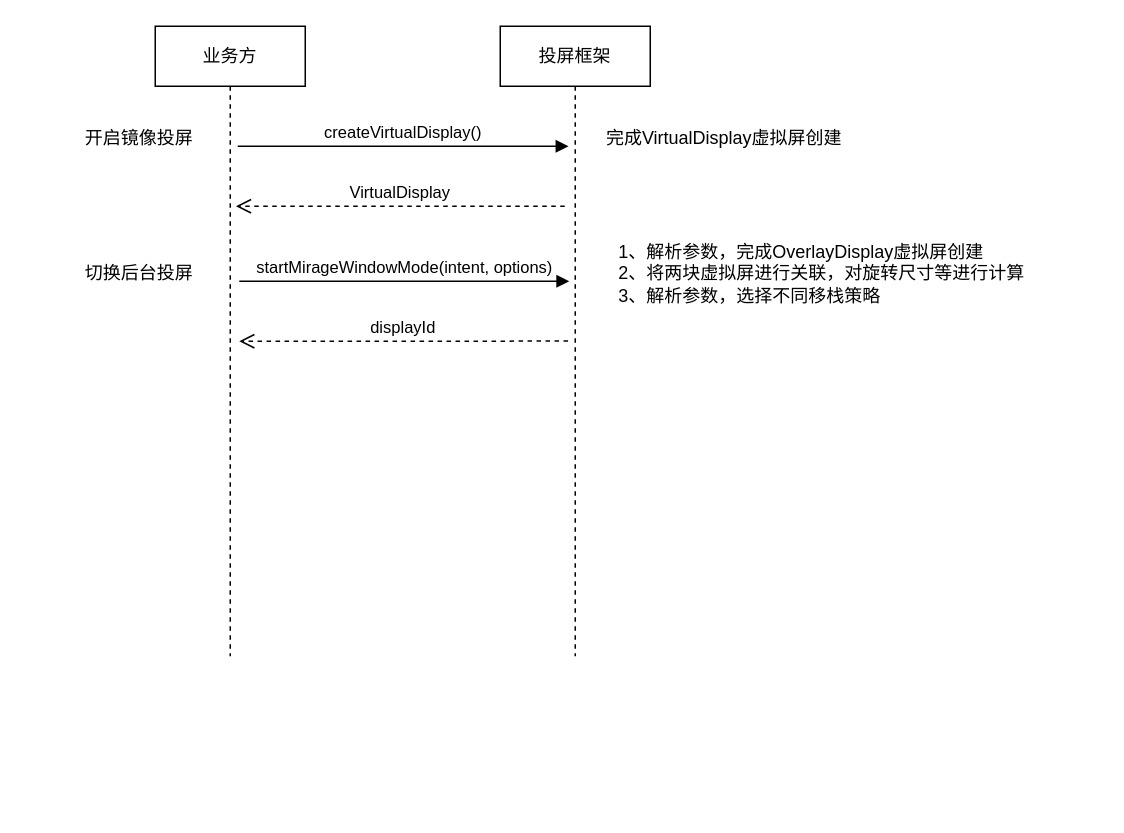
Earlier version of the draw.io diagram 老投屏方案交互图.drawio (jcj123/-). Source tidied: cells renumbered, new cells numbered last; positions are measured from the earlier drawing's top-left corner, leaving out a move shared by most shapes. Both pictures are drawn from the tidied source at 150%, with x=0, y=0 at pixel (63, 26).
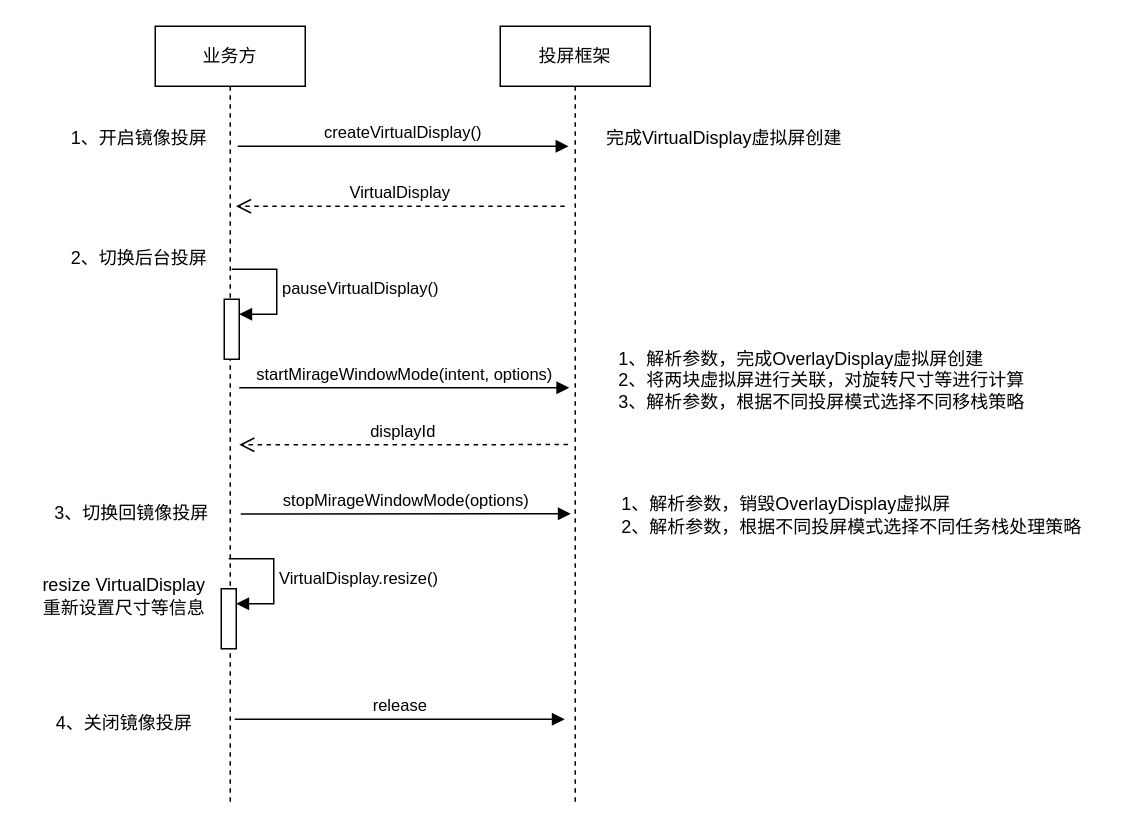
The same diagram, later.

Commit message (it also covers changes not shown here):
更新老投屏方案交互图.drawio

Change to the diagram source:
```diff
@@
     <mxCell id="2" value="业务方" style="shape=umlLifeline;perimeter=lifelinePerimeter;whiteSpace=wrap;html=1;newEdgeStyle={&quot;edgeStyle&quot;:&quot;elbowEdgeStyle&quot;,&quot;elbow&quot;:&quot;vertical&quot;,&quot;curved&quot;:0,&quot;rounded&quot;:0};" parent="1" vertex="1">
-      <mxGeometry x="61" width="100" height="420" as="geometry" />
+      <mxGeometry x="61" width="100" height="520" as="geometry" />
     </mxCell>
+    <mxCell id="12" style="html=1;points=[];perimeter=orthogonalPerimeter;outlineConnect=0;targetShapes=umlLifeline;portConstraint=eastwest;newEdgeStyle={&quot;edgeStyle&quot;:&quot;elbowEdgeStyle&quot;,&quot;elbow&quot;:&quot;vertical&quot;,&quot;curved&quot;:0,&quot;rounded&quot;:0};" parent="2" vertex="1">
+      <mxGeometry x="44" y="375" width="10" height="40" as="geometry" />
+    </mxCell>
+    <mxCell id="13" value="VirtualDisplay.resize()" style="html=1;align=left;spacingLeft=2;endArrow=block;rounded=0;edgeStyle=orthogonalEdgeStyle;curved=0;rounded=0;" parent="2" edge="1" target="12">
+      <mxGeometry relative="1" as="geometry">
+        <mxPoint x="49" y="355" as="sourcePoint" />
+        <Array as="points">
+          <mxPoint x="79" y="385" />
+        </Array>
+      </mxGeometry>
+    </mxCell>
+    <mxCell id="14" style="html=1;points=[];perimeter=orthogonalPerimeter;outlineConnect=0;targetShapes=umlLifeline;portConstraint=eastwest;newEdgeStyle={&quot;edgeStyle&quot;:&quot;elbowEdgeStyle&quot;,&quot;elbow&quot;:&quot;vertical&quot;,&quot;curved&quot;:0,&quot;rounded&quot;:0};" parent="2" vertex="1">
+      <mxGeometry x="46" y="182" width="10" height="40" as="geometry" />
+    </mxCell>
+    <mxCell id="15" value="pauseVirtualDisplay()" style="html=1;align=left;spacingLeft=2;endArrow=block;rounded=0;edgeStyle=orthogonalEdgeStyle;curved=0;rounded=0;" parent="2" edge="1" target="14">
+      <mxGeometry relative="1" as="geometry">
+        <mxPoint x="51" y="162" as="sourcePoint" />
+        <Array as="points">
+          <mxPoint x="81" y="192" />
+        </Array>
+      </mxGeometry>
+    </mxCell>
     <mxCell id="3" value="投屏框架" style="shape=umlLifeline;perimeter=lifelinePerimeter;whiteSpace=wrap;html=1;newEdgeStyle={&quot;edgeStyle&quot;:&quot;elbowEdgeStyle&quot;,&quot;elbow&quot;:&quot;vertical&quot;,&quot;curved&quot;:0,&quot;rounded&quot;:0};" parent="1" vertex="1">
-      <mxGeometry x="291" width="100" height="420" as="geometry" />
+      <mxGeometry x="291" width="100" height="520" as="geometry" />
     </mxCell>
-    <mxCell id="4" value="开启镜像投屏" style="text;html=1;align=center;verticalAlign=middle;strokeColor=none;fillColor=none;" parent="1" vertex="1">
-      <mxGeometry y="60" width="100" height="30" as="geometry" />
+    <mxCell id="4" value="1、开启镜像投屏" style="text;html=1;align=center;verticalAlign=middle;strokeColor=none;fillColor=none;" parent="1" vertex="1">
+      <mxGeometry x="-5" y="60" width="110" height="30" as="geometry" />
     </mxCell>
@@
     <mxCell id="8" value="startMirageWindowMode(intent, options)" style="html=1;verticalAlign=bottom;endArrow=block;edgeStyle=elbowEdgeStyle;elbow=vertical;curved=0;rounded=0;" parent="1" edge="1">
       <mxGeometry relative="1" as="geometry">
-        <mxPoint x="117" y="170" as="sourcePoint" />
-        <mxPoint x="337" y="170" as="targetPoint" />
+        <mxPoint x="117" y="241" as="sourcePoint" />
+        <mxPoint x="337" y="241" as="targetPoint" />
       </mxGeometry>
     </mxCell>
-    <mxCell id="9" value="切换后台投屏" style="text;html=1;align=center;verticalAlign=middle;strokeColor=none;fillColor=none;" parent="1" vertex="1">
-      <mxGeometry y="150" width="100" height="30" as="geometry" />
+    <mxCell id="9" value="2、切换后台投屏" style="text;html=1;align=center;verticalAlign=middle;strokeColor=none;fillColor=none;" parent="1" vertex="1">
+      <mxGeometry x="-5" y="140" width="110" height="30" as="geometry" />
     </mxCell>
-    <mxCell id="10" value="&lt;div style=&quot;text-align: left;&quot;&gt;&lt;span style=&quot;background-color: initial;&quot;&gt;1、解析参数，完成OverlayDisplay虚拟屏创建&lt;/span&gt;&lt;/div&gt;&lt;div style=&quot;text-align: left;&quot;&gt;&lt;span style=&quot;background-color: initial;&quot;&gt;2、将两块虚拟屏进行关联，对旋转尺寸等进行计算&lt;/span&gt;&lt;/div&gt;&lt;div style=&quot;text-align: left;&quot;&gt;&lt;span style=&quot;background-color: initial;&quot;&gt;3、解析参数，选择不同移栈策略&lt;/span&gt;&lt;/div&gt;" style="text;html=1;align=center;verticalAlign=middle;strokeColor=none;fillColor=none;" parent="1" vertex="1">
-      <mxGeometry x="360" y="135" width="290" height="60" as="geometry" />
+    <mxCell id="10" value="&lt;div style=&quot;text-align: left;&quot;&gt;&lt;span style=&quot;background-color: initial;&quot;&gt;1、解析参数，完成OverlayDisplay虚拟屏创建&lt;/span&gt;&lt;/div&gt;&lt;div style=&quot;text-align: left;&quot;&gt;&lt;span style=&quot;background-color: initial;&quot;&gt;2、将两块虚拟屏进行关联，对旋转尺寸等进行计算&lt;/span&gt;&lt;/div&gt;&lt;div style=&quot;text-align: left;&quot;&gt;&lt;span style=&quot;background-color: initial;&quot;&gt;3、解析参数，根据不同投屏模式选择不同移栈策略&lt;/span&gt;&lt;/div&gt;" style="text;html=1;align=center;verticalAlign=middle;strokeColor=none;fillColor=none;" parent="1" vertex="1">
+      <mxGeometry x="360" y="206" width="290" height="60" as="geometry" />
     </mxCell>
     <mxCell id="11" value="displayId" style="html=1;verticalAlign=bottom;endArrow=open;dashed=1;endSize=8;edgeStyle=elbowEdgeStyle;elbow=vertical;curved=0;rounded=0;" parent="1" edge="1">
       <mxGeometry relative="1" as="geometry">
-        <mxPoint x="336.2" y="209.9" as="sourcePoint" />
-        <mxPoint x="117" y="209.7" as="targetPoint" />
+        <mxPoint x="336.2" y="278.9" as="sourcePoint" />
+        <mxPoint x="117" y="278.7" as="targetPoint" />
       </mxGeometry>
     </mxCell>
+    <mxCell id="16" value="3、切换回镜像投屏" style="text;html=1;align=center;verticalAlign=middle;strokeColor=none;fillColor=none;" parent="1" vertex="1">
+      <mxGeometry x="-20" y="310" width="130" height="30" as="geometry" />
+    </mxCell>
+    <mxCell id="17" value="stopMirageWindowMode(options)" style="html=1;verticalAlign=bottom;endArrow=block;edgeStyle=elbowEdgeStyle;elbow=vertical;curved=0;rounded=0;" parent="1" edge="1">
+      <mxGeometry relative="1" as="geometry">
+        <mxPoint x="118" y="325.2" as="sourcePoint" />
+        <mxPoint x="338" y="325.2" as="targetPoint" />
+      </mxGeometry>
+    </mxCell>
+    <mxCell id="18" value="&lt;div style=&quot;text-align: left;&quot;&gt;&lt;span style=&quot;background-color: initial;&quot;&gt;1、解析参数，销毁OverlayDisplay虚拟屏&lt;/span&gt;&lt;/div&gt;&lt;div style=&quot;text-align: left;&quot;&gt;&lt;span style=&quot;background-color: initial;&quot;&gt;2、解析参数，根据不同投屏模式选择不同任务栈处理策略&lt;/span&gt;&lt;/div&gt;" style="text;html=1;align=center;verticalAlign=middle;strokeColor=none;fillColor=none;" parent="1" vertex="1">
+      <mxGeometry x="360" y="306" width="330" height="40" as="geometry" />
+    </mxCell>
+    <mxCell id="19" value="resize VirtualDisplay&lt;br&gt;重新设置尺寸等信息" style="text;html=1;align=center;verticalAlign=middle;strokeColor=none;fillColor=none;" parent="1" vertex="1">
+      <mxGeometry x="-25" y="360" width="130" height="40" as="geometry" />
+    </mxCell>
+    <mxCell id="20" value="4、关闭镜像投屏" style="text;html=1;align=center;verticalAlign=middle;strokeColor=none;fillColor=none;" parent="1" vertex="1">
+      <mxGeometry x="-15" y="450" width="110" height="30" as="geometry" />
+    </mxCell>
+    <mxCell id="21" value="release" style="html=1;verticalAlign=bottom;endArrow=block;edgeStyle=elbowEdgeStyle;elbow=vertical;curved=0;rounded=0;" parent="1" edge="1">
+      <mxGeometry relative="1" as="geometry">
+        <mxPoint x="114" y="462" as="sourcePoint" />
+        <mxPoint x="334" y="462" as="targetPoint" />
+      </mxGeometry>
+    </mxCell>
```
